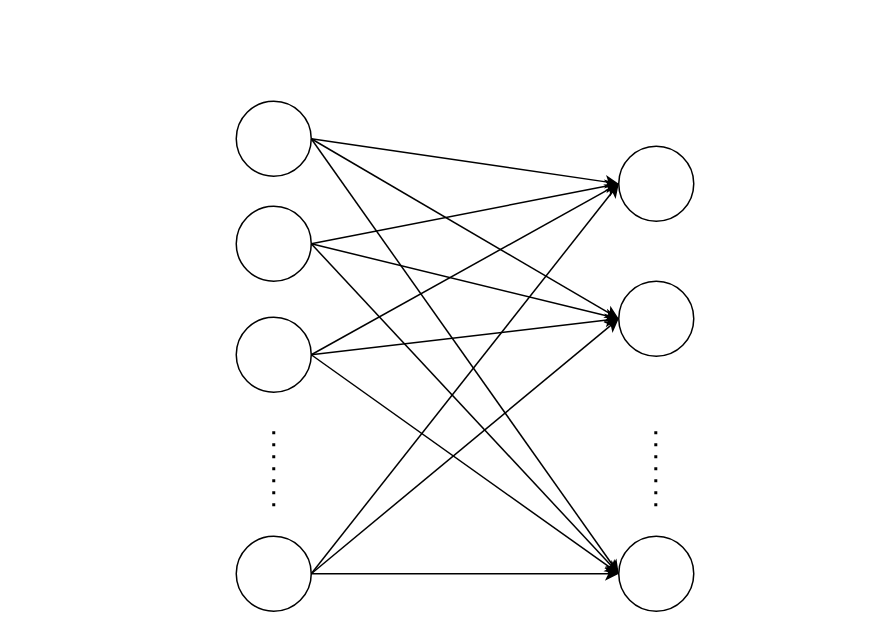
The draw.io diagram Диаграмма без названия.drawio in KochevIlya/Stepik, before the edit. Source tidied: cells renumbered, new cells numbered last; positions are measured from the earlier drawing's top-left corner, leaving out a move shared by most shapes. Both pictures are drawn from the tidied source at 150%, with x=0, y=0 at pixel (236, 100).
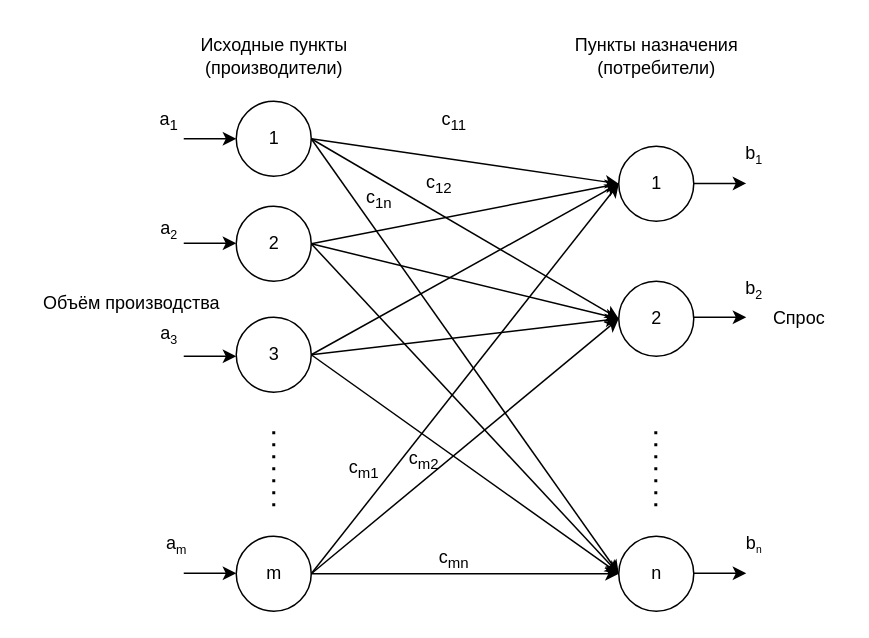
The same page after the edit.

The change refers to these unchanged cells:
```xml
<mxCell id="2" style="ellipse;whiteSpace=wrap;html=1;" parent="1" vertex="1">
  <mxGeometry width="50" height="50" as="geometry" />
</mxCell>
<mxCell id="3" style="ellipse;whiteSpace=wrap;html=1;" parent="1" vertex="1">
  <mxGeometry y="70" width="50" height="50" as="geometry" />
</mxCell>
<mxCell id="5" style="ellipse;whiteSpace=wrap;html=1;" parent="1" vertex="1">
  <mxGeometry x="255" y="30" width="50" height="50" as="geometry" />
</mxCell>
```

What changed in the source:
```diff
@@
-    <mxCell id="12" style="endArrow=classic;html=1;rounded=0;exitX=1;exitY=0.5;exitDx=0;exitDy=0;entryX=0;entryY=0.5;entryDx=0;entryDy=0;" parent="1" edge="1" source="3" target="5">
-      <mxGeometry relative="1" as="geometry" />
+    <mxCell id="12" style="endArrow=classic;html=1;rounded=0;entryX=0;entryY=0.5;entryDx=0;entryDy=0;" parent="1" edge="1" target="5">
+      <mxGeometry relative="1" as="geometry">
+        <mxPoint x="50" y="95" as="sourcePoint" />
+      </mxGeometry>
     </mxCell>
@@
+    <mxCell id="23" value="1" style="text;html=1;align=center;verticalAlign=middle;strokeColor=none;fillColor=none;" parent="1" vertex="1">
+      <mxGeometry x="10" y="10" width="30" height="30" as="geometry" />
+    </mxCell>
+    <mxCell id="24" value="1" style="text;html=1;align=center;verticalAlign=middle;strokeColor=none;fillColor=none;" parent="1" vertex="1">
+      <mxGeometry x="265" y="40" width="30" height="30" as="geometry" />
+    </mxCell>
+    <mxCell id="25" value="2" style="text;html=1;align=center;verticalAlign=middle;strokeColor=none;fillColor=none;" parent="1" vertex="1">
+      <mxGeometry x="10" y="80" width="30" height="30" as="geometry" />
+    </mxCell>
+    <mxCell id="26" value="3" style="text;html=1;align=center;verticalAlign=middle;strokeColor=none;fillColor=none;" parent="1" vertex="1">
+      <mxGeometry x="10" y="154" width="30" height="30" as="geometry" />
+    </mxCell>
+    <mxCell id="27" value="m" style="text;html=1;align=center;verticalAlign=middle;strokeColor=none;fillColor=none;" parent="1" vertex="1">
+      <mxGeometry x="10" y="300" width="30" height="30" as="geometry" />
+    </mxCell>
+    <mxCell id="28" value="2" style="text;html=1;align=center;verticalAlign=middle;strokeColor=none;fillColor=none;" parent="1" vertex="1">
+      <mxGeometry x="265" y="130" width="30" height="30" as="geometry" />
+    </mxCell>
+    <mxCell id="29" value="n" style="text;html=1;align=center;verticalAlign=middle;strokeColor=none;fillColor=none;" parent="1" vertex="1">
+      <mxGeometry x="265" y="300" width="30" height="30" as="geometry" />
+    </mxCell>
+    <mxCell id="30" value="Исходные пункты&lt;div&gt;(производители)&lt;/div&gt;" style="text;html=1;align=center;verticalAlign=middle;strokeColor=none;fillColor=none;" parent="1" vertex="1">
+      <mxGeometry x="-35" y="-50" width="120" height="40" as="geometry" />
+    </mxCell>
+    <mxCell id="31" value="Пункты назначения&lt;div&gt;(потребители)&lt;/div&gt;" style="text;html=1;align=center;verticalAlign=middle;strokeColor=none;fillColor=none;" parent="1" vertex="1">
+      <mxGeometry x="215" y="-50" width="130" height="40" as="geometry" />
+    </mxCell>
+    <mxCell id="32" style="endArrow=classic;html=1;rounded=0;entryX=0;entryY=0.5;entryDx=0;entryDy=0;" parent="1" edge="1" target="2">
+      <mxGeometry relative="1" as="geometry">
+        <mxPoint x="-35" y="25" as="sourcePoint" />
+      </mxGeometry>
+    </mxCell>
+    <mxCell id="33" style="endArrow=classic;html=1;rounded=0;entryX=0;entryY=0.5;entryDx=0;entryDy=0;" parent="1" edge="1">
+      <mxGeometry relative="1" as="geometry">
+        <mxPoint x="-35" y="94.7" as="sourcePoint" />
+        <mxPoint y="94.7" as="targetPoint" />
+      </mxGeometry>
+    </mxCell>
+    <mxCell id="34" style="endArrow=classic;html=1;rounded=0;entryX=0;entryY=0.5;entryDx=0;entryDy=0;" parent="1" edge="1">
+      <mxGeometry relative="1" as="geometry">
+        <mxPoint x="-35" y="170" as="sourcePoint" />
+        <mxPoint y="170" as="targetPoint" />
+      </mxGeometry>
+    </mxCell>
+    <mxCell id="35" style="endArrow=classic;html=1;rounded=0;entryX=0;entryY=0.5;entryDx=0;entryDy=0;" parent="1" edge="1">
+      <mxGeometry relative="1" as="geometry">
+        <mxPoint x="-35" y="314.7" as="sourcePoint" />
+        <mxPoint y="314.7" as="targetPoint" />
+      </mxGeometry>
+    </mxCell>
+    <mxCell id="36" style="endArrow=classic;html=1;rounded=0;entryX=0;entryY=0.5;entryDx=0;entryDy=0;" parent="1" edge="1">
+      <mxGeometry relative="1" as="geometry">
+        <mxPoint x="305" y="314.7" as="sourcePoint" />
+        <mxPoint x="340" y="314.7" as="targetPoint" />
+      </mxGeometry>
+    </mxCell>
+    <mxCell id="37" style="endArrow=classic;html=1;rounded=0;entryX=0;entryY=0.5;entryDx=0;entryDy=0;" parent="1" edge="1">
+      <mxGeometry relative="1" as="geometry">
+        <mxPoint x="305" y="144" as="sourcePoint" />
+        <mxPoint x="340" y="144" as="targetPoint" />
+      </mxGeometry>
+    </mxCell>
+    <mxCell id="38" style="endArrow=classic;html=1;rounded=0;entryX=0;entryY=0.5;entryDx=0;entryDy=0;" parent="1" edge="1">
+      <mxGeometry relative="1" as="geometry">
+        <mxPoint x="305" y="54.8" as="sourcePoint" />
+        <mxPoint x="340" y="54.8" as="targetPoint" />
+      </mxGeometry>
+    </mxCell>
+    <mxCell id="39" value="с&lt;sub&gt;11&lt;/sub&gt;" style="text;html=1;align=center;verticalAlign=middle;strokeColor=none;fillColor=none;" parent="1" vertex="1">
+      <mxGeometry x="125" y="-2" width="40" height="30" as="geometry" />
+    </mxCell>
+    <mxCell id="40" value="с&lt;sub&gt;12&lt;/sub&gt;" style="text;html=1;align=center;verticalAlign=middle;strokeColor=none;fillColor=none;" parent="1" vertex="1">
+      <mxGeometry x="115" y="40" width="40" height="30" as="geometry" />
+    </mxCell>
+    <mxCell id="41" value="с&lt;sub&gt;1n&lt;/sub&gt;" style="text;html=1;align=center;verticalAlign=middle;strokeColor=none;fillColor=none;" parent="1" vertex="1">
+      <mxGeometry x="75" y="50" width="40" height="30" as="geometry" />
+    </mxCell>
+    <mxCell id="42" value="b&lt;span style=&quot;font-size: 10px;&quot;&gt;&lt;sub&gt;2&lt;/sub&gt;&lt;/span&gt;" style="text;html=1;align=center;verticalAlign=middle;strokeColor=none;fillColor=none;" parent="1" vertex="1">
+      <mxGeometry x="330" y="110" width="30" height="30" as="geometry" />
+    </mxCell>
+    <mxCell id="43" value="b&lt;span style=&quot;font-size: 10px;&quot;&gt;&lt;sub&gt;1&lt;/sub&gt;&lt;/span&gt;" style="text;html=1;align=center;verticalAlign=middle;strokeColor=none;fillColor=none;" parent="1" vertex="1">
+      <mxGeometry x="330" y="20" width="30" height="30" as="geometry" />
+    </mxCell>
+    <mxCell id="44" value="b&lt;span style=&quot;font-size: 8.33333px;&quot;&gt;&lt;sub&gt;n&lt;/sub&gt;&lt;/span&gt;" style="text;html=1;align=center;verticalAlign=middle;strokeColor=none;fillColor=none;" parent="1" vertex="1">
+      <mxGeometry x="330" y="280" width="30" height="30" as="geometry" />
+    </mxCell>
+    <mxCell id="45" value="a&lt;sub&gt;1&lt;/sub&gt;" style="text;html=1;align=center;verticalAlign=middle;strokeColor=none;fillColor=none;" parent="1" vertex="1">
+      <mxGeometry x="-65" y="-2" width="40" height="30" as="geometry" />
+    </mxCell>
+    <mxCell id="46" value="a&lt;span style=&quot;font-size: 10px;&quot;&gt;&lt;sub&gt;2&lt;/sub&gt;&lt;/span&gt;" style="text;html=1;align=center;verticalAlign=middle;strokeColor=none;fillColor=none;" parent="1" vertex="1">
+      <mxGeometry x="-60" y="70" width="30" height="30" as="geometry" />
+    </mxCell>
+    <mxCell id="47" value="a&lt;span style=&quot;font-size: 10px;&quot;&gt;&lt;sub&gt;3&lt;/sub&gt;&lt;/span&gt;" style="text;html=1;align=center;verticalAlign=middle;strokeColor=none;fillColor=none;" parent="1" vertex="1">
+      <mxGeometry x="-60" y="140" width="30" height="30" as="geometry" />
+    </mxCell>
+    <mxCell id="48" value="a&lt;span style=&quot;font-size: 10px;&quot;&gt;&lt;sub&gt;m&lt;/sub&gt;&lt;/span&gt;" style="text;html=1;align=center;verticalAlign=middle;strokeColor=none;fillColor=none;" parent="1" vertex="1">
+      <mxGeometry x="-60" y="280" width="40" height="30" as="geometry" />
+    </mxCell>
+    <mxCell id="49" value="с&lt;sub&gt;m1&lt;/sub&gt;" style="text;html=1;align=center;verticalAlign=middle;strokeColor=none;fillColor=none;" parent="1" vertex="1">
+      <mxGeometry x="65" y="230" width="40" height="30" as="geometry" />
+    </mxCell>
+    <mxCell id="50" value="с&lt;sub&gt;mn&lt;/sub&gt;" style="text;html=1;align=center;verticalAlign=middle;strokeColor=none;fillColor=none;" parent="1" vertex="1">
+      <mxGeometry x="125" y="290" width="40" height="30" as="geometry" />
+    </mxCell>
+    <mxCell id="51" value="с&lt;sub&gt;m2&lt;/sub&gt;" style="text;html=1;align=center;verticalAlign=middle;strokeColor=none;fillColor=none;" parent="1" vertex="1">
+      <mxGeometry x="105" y="224" width="40" height="30" as="geometry" />
+    </mxCell>
+    <mxCell id="52" value="Объём производства" style="text;html=1;align=center;verticalAlign=middle;strokeColor=none;fillColor=none;" parent="1" vertex="1">
+      <mxGeometry x="-140" y="120" width="140" height="30" as="geometry" />
+    </mxCell>
+    <mxCell id="53" value="Спрос" style="text;html=1;align=center;verticalAlign=middle;strokeColor=none;fillColor=none;rotation=0;" parent="1" vertex="1">
+      <mxGeometry x="345" y="130" width="60" height="30" as="geometry" />
+    </mxCell>
```
